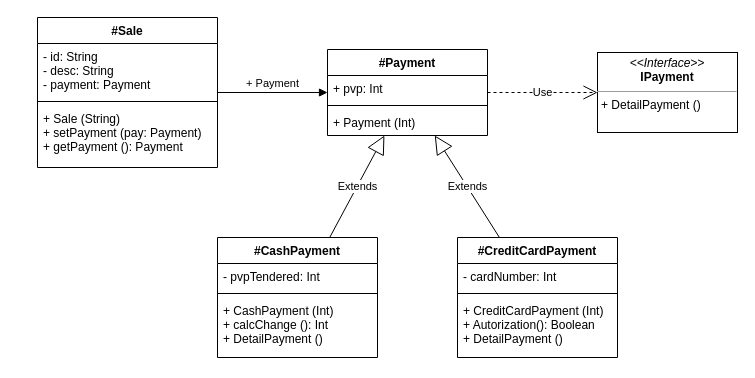
This is Sales.dio from junjiezhou99/ED-UML-Java-Sale, a draw.io file, before an edit. Source tidied: cells renumbered, new cells numbered last; positions are measured from the earlier drawing's top-left corner, leaving out a move shared by most shapes. Both pictures are drawn from the tidied source at 100%, with x=0, y=0 at pixel (37, 17).
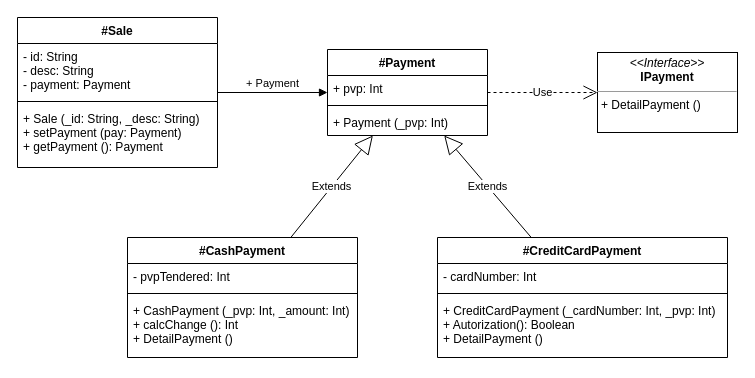
The same diagram, later.

Commit message:
Comprobar Ricard

Unchanged cells that the change refers to:
```xml
<mxCell id="6" value="#Payment" style="swimlane;fontStyle=1;align=center;verticalAlign=top;horizontal=1;startSize=26;" parent="1" vertex="1">
  <mxGeometry x="290" y="32" width="160" height="86" as="geometry" />
</mxCell>
```

What changed in the source:
```diff
@@
     <mxCell id="2" value="#Sale" style="swimlane;fontStyle=1;align=center;verticalAlign=top;horizontal=1;startSize=26;" parent="1" vertex="1">
-      <mxGeometry width="180" height="150" as="geometry" />
+      <mxGeometry x="-20" width="200" height="150" as="geometry" />
     </mxCell>
     <mxCell id="3" value="- id: String&#10;- desc: String&#10;- payment: Payment" style="text;strokeColor=none;fillColor=none;align=left;verticalAlign=top;spacingLeft=4;spacingRight=4;overflow=hidden;" parent="2" vertex="1">
-      <mxGeometry y="26" width="180" height="54" as="geometry" />
+      <mxGeometry y="26" width="200" height="54" as="geometry" />
     </mxCell>
     <mxCell id="4" style="line;strokeWidth=1;fillColor=none;align=left;verticalAlign=middle;spacingTop=-1;spacingLeft=3;spacingRight=3;labelPosition=right;" parent="2" vertex="1">
-      <mxGeometry y="80" width="180" height="8" as="geometry" />
+      <mxGeometry y="80" width="200" height="8" as="geometry" />
     </mxCell>
-    <mxCell id="5" value="+ Sale (String)&#10;+ setPayment (pay: Payment)&#10;+ getPayment (): Payment" style="text;strokeColor=none;fillColor=none;align=left;verticalAlign=top;spacingLeft=4;spacingRight=4;overflow=hidden;" parent="2" vertex="1">
-      <mxGeometry y="88" width="180" height="62" as="geometry" />
+    <mxCell id="5" value="+ Sale (_id: String, _desc: String)&#10;+ setPayment (pay: Payment)&#10;+ getPayment (): Payment" style="text;strokeColor=none;fillColor=none;align=left;verticalAlign=top;spacingLeft=4;spacingRight=4;overflow=hidden;" parent="2" vertex="1">
+      <mxGeometry y="88" width="200" height="62" as="geometry" />
     </mxCell>
@@
-    <mxCell id="9" value="+ Payment (Int)" style="text;strokeColor=none;fillColor=none;align=left;verticalAlign=top;spacingLeft=4;spacingRight=4;overflow=hidden;" parent="6" vertex="1">
+    <mxCell id="9" value="+ Payment (_pvp: Int)" style="text;strokeColor=none;fillColor=none;align=left;verticalAlign=top;spacingLeft=4;spacingRight=4;overflow=hidden;" parent="6" vertex="1">
       <mxGeometry y="60" width="160" height="26" as="geometry" />
     </mxCell>
     <mxCell id="10" value="#CashPayment" style="swimlane;fontStyle=1;align=center;verticalAlign=top;horizontal=1;startSize=26;" parent="1" vertex="1">
-      <mxGeometry x="180" y="220" width="160" height="120" as="geometry" />
+      <mxGeometry x="90" y="220" width="230" height="120" as="geometry" />
     </mxCell>
     <mxCell id="11" value="- pvpTendered: Int" style="text;strokeColor=none;fillColor=none;align=left;verticalAlign=top;spacingLeft=4;spacingRight=4;overflow=hidden;" parent="10" vertex="1">
-      <mxGeometry y="26" width="160" height="26" as="geometry" />
+      <mxGeometry y="26" width="230" height="26" as="geometry" />
     </mxCell>
     <mxCell id="12" style="line;strokeWidth=1;fillColor=none;align=left;verticalAlign=middle;spacingTop=-1;spacingLeft=3;spacingRight=3;labelPosition=right;" parent="10" vertex="1">
-      <mxGeometry y="52" width="160" height="8" as="geometry" />
+      <mxGeometry y="52" width="230" height="8" as="geometry" />
     </mxCell>
-    <mxCell id="13" value="+ CashPayment (Int)&#10;+ calcChange (): Int&#10;+ DetailPayment ()" style="text;strokeColor=none;fillColor=none;align=left;verticalAlign=top;spacingLeft=4;spacingRight=4;overflow=hidden;" parent="10" vertex="1">
-      <mxGeometry y="60" width="160" height="60" as="geometry" />
+    <mxCell id="13" value="+ CashPayment (_pvp: Int, _amount: Int)&#10;+ calcChange (): Int&#10;+ DetailPayment ()" style="text;strokeColor=none;fillColor=none;align=left;verticalAlign=top;spacingLeft=4;spacingRight=4;overflow=hidden;" parent="10" vertex="1">
+      <mxGeometry y="60" width="230" height="60" as="geometry" />
     </mxCell>
@@
     <mxCell id="15" value="#CreditCardPayment" style="swimlane;fontStyle=1;align=center;verticalAlign=top;horizontal=1;startSize=26;" parent="1" vertex="1">
-      <mxGeometry x="420" y="220" width="160" height="120" as="geometry" />
+      <mxGeometry x="400" y="220" width="290" height="120" as="geometry" />
     </mxCell>
     <mxCell id="16" value="- cardNumber: Int" style="text;strokeColor=none;fillColor=none;align=left;verticalAlign=top;spacingLeft=4;spacingRight=4;overflow=hidden;" parent="15" vertex="1">
-      <mxGeometry y="26" width="160" height="26" as="geometry" />
+      <mxGeometry y="26" width="290" height="26" as="geometry" />
     </mxCell>
     <mxCell id="17" style="line;strokeWidth=1;fillColor=none;align=left;verticalAlign=middle;spacingTop=-1;spacingLeft=3;spacingRight=3;labelPosition=right;" parent="15" vertex="1">
-      <mxGeometry y="52" width="160" height="8" as="geometry" />
+      <mxGeometry y="52" width="290" height="8" as="geometry" />
     </mxCell>
-    <mxCell id="18" value="+ CreditCardPayment (Int)&#10;+ Autorization(): Boolean&#10;+ DetailPayment ()" style="text;strokeColor=none;fillColor=none;align=left;verticalAlign=top;spacingLeft=4;spacingRight=4;overflow=hidden;" parent="15" vertex="1">
-      <mxGeometry y="60" width="160" height="60" as="geometry" />
+    <mxCell id="18" value="+ CreditCardPayment (_cardNumber: Int, _pvp: Int)&#10;+ Autorization(): Boolean&#10;+ DetailPayment ()" style="text;strokeColor=none;fillColor=none;align=left;verticalAlign=top;spacingLeft=4;spacingRight=4;overflow=hidden;" parent="15" vertex="1">
+      <mxGeometry y="60" width="290" height="60" as="geometry" />
     </mxCell>
```
